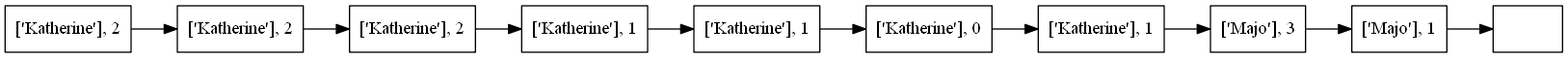
This is ScoreboardReport.png from olgt/EDD_1S2019_P1_201612341, a Graphviz export, as it was before one commit. Its source is kept beside it as ScoreboardReport.dot.
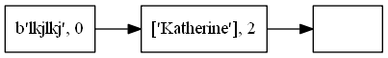
After the change.

The edit, as a diff of the source:
```diff
@@ -1,23 +1,9 @@
 digraph firstGraph{
 node [shape = record];
 rankdir=LR;
-node0 [label=" ['Katherine'], 2 "];
+node0 [label=" b'lkjlkj', 0 "];
 node0 -> node1;
 node1 [label=" ['Katherine'], 2 "];
 node1 -> node2;
-node2 [label=" ['Katherine'], 2 "];
-node2 -> node3;
-node3 [label=" ['Katherine'], 1 "];
-node3 -> node4;
-node4 [label=" ['Katherine'], 1 "];
-node4 -> node5;
-node5 [label=" ['Katherine'], 0 "];
-node5 -> node6;
-node6 [label=" ['Katherine'], 1 "];
-node6 -> node7;
-node7 [label=" ['Majo'], 3 "];
-node7 -> node8;
-node8 [label=" ['Majo'], 1 "];
-node8 -> node9;
-node9 [label="   "];
+node2 [label="   "];
 }
```
